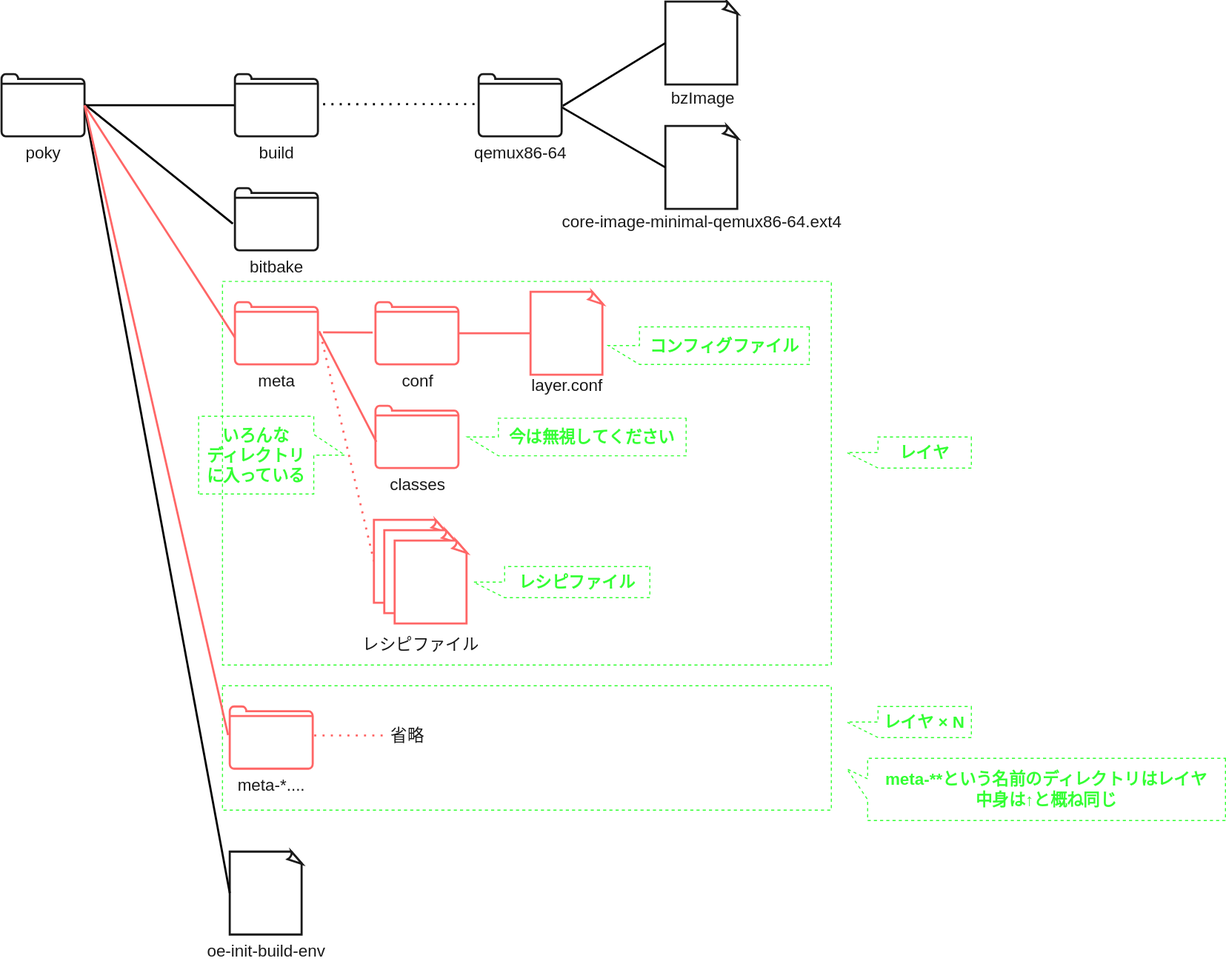
Earlier version of the draw.io export manual/docs/level-2/images/poky_directory.drawio.svg (AngryMane/yocto-learning). Source tidied: cells renumbered, new cells last; positions are measured from the earlier drawing's top-left corner, leaving out a move shared by most shapes.
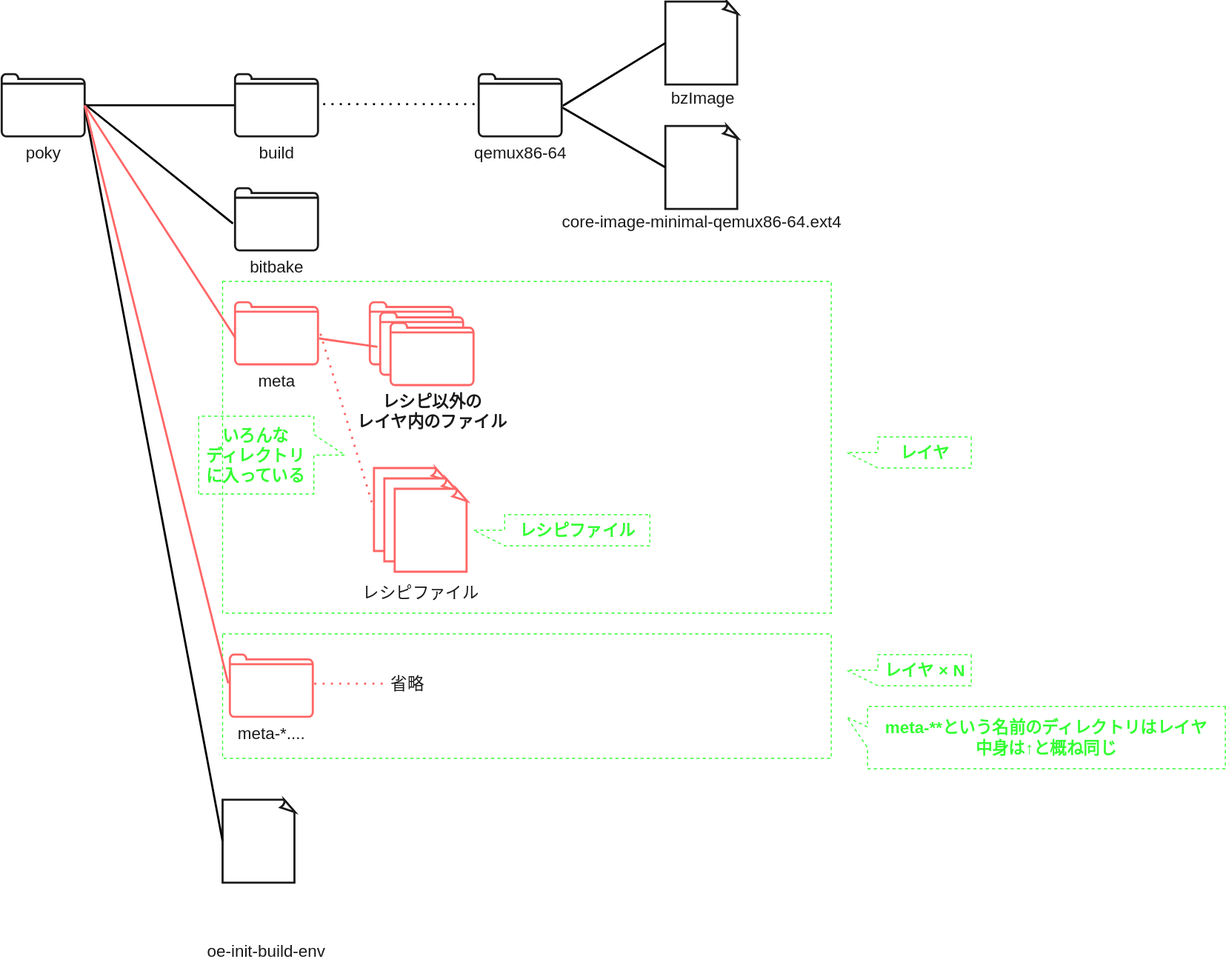
The same diagram one commit later.

Change to the diagram source:
```diff
@@ -2,14 +2,14 @@
   <root>
     <mxCell id="0" />
     <mxCell id="1" parent="0" />
+    <mxCell id="3" style="rounded=0;whiteSpace=wrap;html=1;fillColor=none;strokeColor=#33FF33;dashed=1;" parent="1" vertex="1">
+      <mxGeometry x="213" y="270" width="587" height="320" as="geometry" />
+    </mxCell>
     <mxCell id="2" style="rounded=0;whiteSpace=wrap;html=1;fillColor=none;strokeColor=#33FF33;dashed=1;" parent="1" vertex="1">
-      <mxGeometry x="213" y="660" width="587" height="120" as="geometry" />
+      <mxGeometry x="213" y="610" width="587" height="120" as="geometry" />
     </mxCell>
-    <mxCell id="3" style="rounded=0;whiteSpace=wrap;html=1;fillColor=none;strokeColor=#33FF33;dashed=1;" parent="1" vertex="1">
-      <mxGeometry x="213" y="270" width="587" height="370" as="geometry" />
-    </mxCell>
     <mxCell id="4" style="whiteSpace=wrap;html=1;shape=mxgraph.basic.document;strokeColor=#1A1A1A;strokeWidth=2;fontColor=#1A1A1A;" parent="1" vertex="1">
-      <mxGeometry x="220" y="820" width="70" height="80" as="geometry" />
+      <mxGeometry x="213" y="770" width="70" height="80" as="geometry" />
     </mxCell>
     <mxCell id="5" style="edgeStyle=none;html=1;fontSize=16;fontColor=#FFFFFF;endArrow=none;endFill=0;strokeWidth=2;" parent="1" edge="1" source="9" target="10">
       <mxGeometry relative="1" as="geometry" />
@@ -65,43 +65,29 @@
       <mxGeometry x="535" y="202" width="280" height="20" as="geometry" />
     </mxCell>
     <mxCell id="22" value="meta-*...." style="html=1;verticalLabelPosition=bottom;align=center;labelBackgroundColor=none;verticalAlign=top;strokeWidth=2;strokeColor=#FF6666;shadow=0;dashed=0;shape=mxgraph.ios7.icons.folder;fontColor=#1A1A1A;fontSize=16;" parent="1" vertex="1">
-      <mxGeometry x="220" y="680" width="80" height="60" as="geometry" />
+      <mxGeometry x="220" y="630" width="80" height="60" as="geometry" />
     </mxCell>
     <mxCell id="23" style="edgeStyle=none;html=1;entryX=-0.02;entryY=0.46;entryDx=0;entryDy=0;entryPerimeter=0;fontSize=16;fontColor=#FFFFFF;endArrow=none;endFill=0;strokeWidth=2;exitX=1;exitY=0.5;exitDx=0;exitDy=0;exitPerimeter=0;strokeColor=#FF6666;" parent="1" edge="1" source="9" target="22">
       <mxGeometry relative="1" as="geometry" />
     </mxCell>
-    <mxCell id="24" value="conf" style="html=1;verticalLabelPosition=bottom;align=center;labelBackgroundColor=none;verticalAlign=top;strokeWidth=2;strokeColor=#FF6666;shadow=0;dashed=0;shape=mxgraph.ios7.icons.folder;fontColor=#1A1A1A;fontSize=16;" parent="1" vertex="1">
-      <mxGeometry x="360.5" y="290" width="80" height="60" as="geometry" />
-    </mxCell>
-    <mxCell id="25" style="whiteSpace=wrap;html=1;shape=mxgraph.basic.document;strokeColor=#FF6666;strokeWidth=2;fontColor=#1A1A1A;" parent="1" vertex="1">
-      <mxGeometry x="510" y="280" width="70" height="80" as="geometry" />
-    </mxCell>
-    <mxCell id="26" value="layer.conf" style="text;html=1;align=center;verticalAlign=middle;strokeColor=none;fillColor=none;fontSize=16;fontColor=#1A1A1A;" parent="1" vertex="1">
-      <mxGeometry x="505" y="360" width="80" height="20" as="geometry" />
-    </mxCell>
-    <mxCell id="27" value="classes" style="html=1;verticalLabelPosition=bottom;align=center;labelBackgroundColor=none;verticalAlign=top;strokeWidth=2;strokeColor=#FF6666;shadow=0;dashed=0;shape=mxgraph.ios7.icons.folder;fontColor=#1A1A1A;fontSize=16;" parent="1" vertex="1">
-      <mxGeometry x="360.5" y="390" width="80" height="60" as="geometry" />
-    </mxCell>
+    <mxCell id="45" style="edgeStyle=none;html=1;" parent="1" edge="1">
+      <mxGeometry relative="1" as="geometry">
+        <mxPoint x="545" y="360" as="sourcePoint" />
+        <mxPoint x="545" y="360" as="targetPoint" />
+      </mxGeometry>
+    </mxCell>
     <mxCell id="28" style="whiteSpace=wrap;html=1;shape=mxgraph.basic.document;strokeColor=#FF6666;strokeWidth=2;fontColor=#1A1A1A;" parent="1" vertex="1">
-      <mxGeometry x="359" y="500" width="70" height="80" as="geometry" />
+      <mxGeometry x="359" y="450" width="70" height="80" as="geometry" />
     </mxCell>
     <mxCell id="29" value="レシピファイル" style="text;html=1;align=center;verticalAlign=middle;strokeColor=none;fillColor=none;fontSize=16;fontColor=#1A1A1A;" parent="1" vertex="1">
-      <mxGeometry x="339" y="610" width="130" height="20" as="geometry" />
+      <mxGeometry x="339" y="560" width="130" height="20" as="geometry" />
     </mxCell>
     <mxCell id="30" style="whiteSpace=wrap;html=1;shape=mxgraph.basic.document;strokeColor=#FF6666;strokeWidth=2;fontColor=#1A1A1A;" parent="1" vertex="1">
-      <mxGeometry x="369" y="510" width="70" height="80" as="geometry" />
+      <mxGeometry x="369" y="460" width="70" height="80" as="geometry" />
     </mxCell>
     <mxCell id="31" style="whiteSpace=wrap;html=1;shape=mxgraph.basic.document;strokeColor=#FF6666;strokeWidth=2;fontColor=#1A1A1A;" parent="1" vertex="1">
-      <mxGeometry x="379" y="520" width="70" height="80" as="geometry" />
+      <mxGeometry x="379" y="470" width="70" height="80" as="geometry" />
     </mxCell>
-    <mxCell id="32" style="edgeStyle=none;html=1;fontSize=16;fontColor=#FFFFFF;endArrow=none;endFill=0;strokeWidth=2;strokeColor=#FF6666;" parent="1" edge="1" target="25">
-      <mxGeometry relative="1" as="geometry">
-        <mxPoint x="440" y="320" as="sourcePoint" />
-      </mxGeometry>
-    </mxCell>
-    <mxCell id="33" style="edgeStyle=none;html=1;entryX=0.011;entryY=0.58;entryDx=0;entryDy=0;entryPerimeter=0;fontSize=16;fontColor=#FFFFFF;endArrow=none;endFill=0;strokeWidth=2;strokeColor=#FF6666;exitX=1.015;exitY=0.467;exitDx=0;exitDy=0;exitPerimeter=0;" parent="1" edge="1" source="13" target="27">
-      <mxGeometry relative="1" as="geometry" />
-    </mxCell>
     <mxCell id="34" style="endArrow=none;dashed=1;html=1;dashPattern=1 3;strokeWidth=2;fontSize=16;fontColor=#FFFFFF;entryX=0;entryY=0.5;entryDx=0;entryDy=0;entryPerimeter=0;exitX=1.03;exitY=0.507;exitDx=0;exitDy=0;exitPerimeter=0;strokeColor=#FF6666;" parent="1" edge="1" source="13" target="28">
       <mxGeometry relative="1" as="geometry" />
     </mxCell>
@@ -112,30 +98,34 @@
       <mxGeometry x="815" y="420" width="120" height="30" as="geometry" />
     </mxCell>
     <mxCell id="37" value="meta-**という名前のディレクトリはレイヤ&lt;br&gt;中身は↑と概ね同じ" style="shape=callout;whiteSpace=wrap;html=1;perimeter=calloutPerimeter;dashed=1;strokeWidth=1;fillColor=none;direction=south;strokeColor=#33FF33;fontColor=#33FF33;fontStyle=1;fontSize=16;size=20;position=0.33;position2=0.17;" parent="1" vertex="1">
-      <mxGeometry x="815" y="730" width="365" height="60" as="geometry" />
+      <mxGeometry x="815" y="680" width="365" height="60" as="geometry" />
     </mxCell>
-    <mxCell id="38" style="edgeStyle=none;html=1;fontSize=16;fontColor=#FFFFFF;endArrow=none;endFill=0;strokeWidth=2;strokeColor=#FF6666;entryX=-0.034;entryY=0.487;entryDx=0;entryDy=0;entryPerimeter=0;" parent="1" edge="1" target="24">
-      <mxGeometry relative="1" as="geometry">
-        <mxPoint x="310" y="319" as="sourcePoint" />
-      </mxGeometry>
-    </mxCell>
     <mxCell id="39" value="レシピファイル" style="shape=callout;whiteSpace=wrap;html=1;perimeter=calloutPerimeter;dashed=1;strokeWidth=1;fillColor=none;direction=south;strokeColor=#33FF33;fontColor=#33FF33;fontStyle=1;fontSize=16;" parent="1" vertex="1">
-      <mxGeometry x="455" y="545" width="170" height="30" as="geometry" />
+      <mxGeometry x="455" y="495" width="170" height="30" as="geometry" />
     </mxCell>
-    <mxCell id="40" value="コンフィグファイル" style="shape=callout;whiteSpace=wrap;html=1;perimeter=calloutPerimeter;dashed=1;strokeWidth=1;fillColor=none;direction=south;strokeColor=#33FF33;fontColor=#33FF33;fontStyle=1;fontSize=16;" parent="1" vertex="1">
-      <mxGeometry x="585" y="313.8" width="193.8" height="36.2" as="geometry" />
-    </mxCell>
-    <mxCell id="41" value="今は無視してください" style="shape=callout;whiteSpace=wrap;html=1;perimeter=calloutPerimeter;dashed=1;strokeWidth=1;fillColor=none;direction=south;strokeColor=#33FF33;fontColor=#33FF33;fontStyle=1;fontSize=16;" parent="1" vertex="1">
-      <mxGeometry x="449" y="401.9" width="211" height="36.2" as="geometry" />
-    </mxCell>
     <mxCell id="42" value="レイヤ × N" style="shape=callout;whiteSpace=wrap;html=1;perimeter=calloutPerimeter;dashed=1;strokeWidth=1;fillColor=none;direction=south;strokeColor=#33FF33;fontColor=#33FF33;fontStyle=1;fontSize=16;" parent="1" vertex="1">
-      <mxGeometry x="815" y="680" width="120" height="30" as="geometry" />
+      <mxGeometry x="815" y="630" width="120" height="30" as="geometry" />
     </mxCell>
     <mxCell id="43" style="endArrow=none;dashed=1;html=1;dashPattern=1 3;strokeWidth=2;fontSize=16;fontColor=#FFFFFF;entryX=0.266;entryY=0.4;entryDx=0;entryDy=0;entryPerimeter=0;exitX=1.018;exitY=0.467;exitDx=0;exitDy=0;exitPerimeter=0;strokeColor=#FF6666;" parent="1" edge="1" source="22" target="2">
       <mxGeometry relative="1" as="geometry" />
     </mxCell>
     <mxCell id="44" value="省略" style="text;html=1;align=center;verticalAlign=middle;strokeColor=none;fillColor=none;fontSize=16;fontColor=#1A1A1A;" parent="1" vertex="1">
-      <mxGeometry x="366" y="698" width="50" height="20" as="geometry" />
+      <mxGeometry x="366" y="648" width="50" height="20" as="geometry" />
     </mxCell>
+    <mxCell id="46" style="group;" parent="1" vertex="1">
+      <mxGeometry x="355" y="290" width="100" height="80" as="geometry" />
+    </mxCell>
+    <mxCell id="47" style="html=1;verticalLabelPosition=bottom;align=center;labelBackgroundColor=none;verticalAlign=top;strokeWidth=2;strokeColor=#FF6666;shadow=0;dashed=0;shape=mxgraph.ios7.icons.folder;fontColor=#1A1A1A;fontSize=16;" parent="46" vertex="1">
+      <mxGeometry width="80" height="60" as="geometry" />
+    </mxCell>
+    <mxCell id="48" style="html=1;verticalLabelPosition=bottom;align=center;labelBackgroundColor=none;verticalAlign=top;strokeWidth=2;strokeColor=#FF6666;shadow=0;dashed=0;shape=mxgraph.ios7.icons.folder;fontColor=#1A1A1A;fontSize=16;" parent="46" vertex="1">
+      <mxGeometry x="10" y="10" width="80" height="60" as="geometry" />
+    </mxCell>
+    <mxCell id="49" value="レシピ以外の&lt;br&gt;レイヤ内のファイル" style="html=1;verticalLabelPosition=bottom;align=center;labelBackgroundColor=none;verticalAlign=top;strokeWidth=2;strokeColor=#FF6666;shadow=0;dashed=0;shape=mxgraph.ios7.icons.folder;fontColor=#1A1A1A;fontSize=16;fontStyle=1;" parent="46" vertex="1">
+      <mxGeometry x="20" y="20" width="80" height="60" as="geometry" />
+    </mxCell>
+    <mxCell id="50" style="edgeStyle=none;html=1;entryX=-0.033;entryY=0.553;entryDx=0;entryDy=0;entryPerimeter=0;fontSize=16;fontColor=#FFFFFF;endArrow=none;endFill=0;strokeWidth=2;exitX=1.013;exitY=0.583;exitDx=0;exitDy=0;exitPerimeter=0;strokeColor=#FF6666;" parent="1" edge="1" source="13" target="48">
+      <mxGeometry relative="1" as="geometry" />
+    </mxCell>
   </root>
 </mxGraphModel>
```
